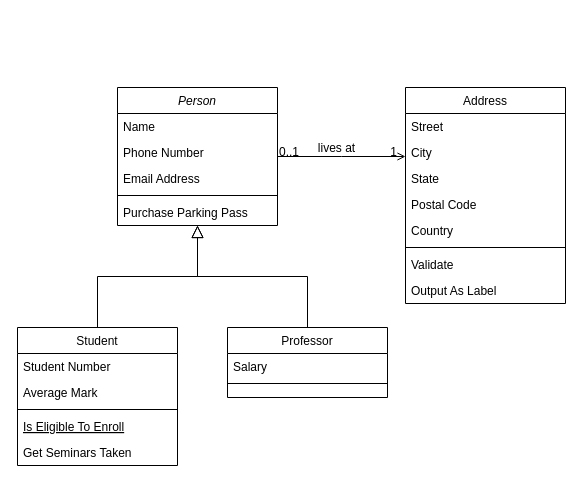
The draw.io diagram Untitled Diagram.drawio in MohammadEssam0/database-related-things, before the edit. Source tidied: cells renumbered, new cells numbered last; positions are measured from the earlier drawing's top-left corner, leaving out a move shared by most shapes. Both pictures are drawn from the tidied source at 100%, with x=0, y=0 at pixel (17, 87).
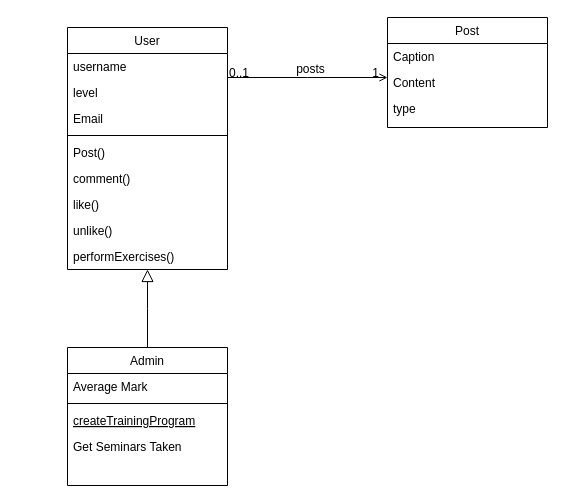
The same page after the edit.

The change refers to these unchanged cells:
```xml
<mxCell id="28" style="endArrow=open;shadow=0;strokeWidth=1;rounded=0;endFill=1;edgeStyle=elbowEdgeStyle;elbow=vertical;" parent="1" edge="1" source="2" target="19">
  <mxGeometry x="0.5" y="41" relative="1" as="geometry">
    <mxPoint x="-40" y="32" as="offset" />
  </mxGeometry>
</mxCell>
```

The edit, as a diff of the source:
```diff
@@
-    <mxCell id="2" value="Person" style="swimlane;fontStyle=2;align=center;verticalAlign=top;horizontal=1;startSize=26;rounded=0;shadow=0;strokeWidth=1;" parent="1" vertex="1">
-      <mxGeometry x="100" width="160" height="138" as="geometry" />
+    <mxCell id="2" value="User" style="swimlane;fontStyle=0;align=center;verticalAlign=top;horizontal=1;startSize=26;rounded=0;shadow=0;strokeWidth=1;" parent="1" vertex="1">
+      <mxGeometry x="50" y="-60" width="160" height="242" as="geometry" />
     </mxCell>
-    <mxCell id="3" value="Name" style="text;align=left;verticalAlign=top;spacingLeft=4;spacingRight=4;overflow=hidden;" parent="2" vertex="1">
+    <mxCell id="3" value="username" style="text;align=left;verticalAlign=top;spacingLeft=4;spacingRight=4;overflow=hidden;" parent="2" vertex="1">
       <mxGeometry y="26" width="160" height="26" as="geometry" />
     </mxCell>
-    <mxCell id="4" value="Phone Number" style="text;align=left;verticalAlign=top;spacingLeft=4;spacingRight=4;overflow=hidden;rounded=0;shadow=0;html=0;" parent="2" vertex="1">
+    <mxCell id="4" value="level" style="text;align=left;verticalAlign=top;spacingLeft=4;spacingRight=4;overflow=hidden;rounded=0;shadow=0;html=0;" parent="2" vertex="1">
       <mxGeometry y="52" width="160" height="26" as="geometry" />
     </mxCell>
-    <mxCell id="5" value="Email Address" style="text;align=left;verticalAlign=top;spacingLeft=4;spacingRight=4;overflow=hidden;rounded=0;shadow=0;html=0;" parent="2" vertex="1">
+    <mxCell id="5" value="Email" style="text;align=left;verticalAlign=top;spacingLeft=4;spacingRight=4;overflow=hidden;rounded=0;shadow=0;html=0;" parent="2" vertex="1">
       <mxGeometry y="78" width="160" height="26" as="geometry" />
     </mxCell>
@@
-    <mxCell id="7" value="Purchase Parking Pass" style="text;align=left;verticalAlign=top;spacingLeft=4;spacingRight=4;overflow=hidden;" parent="2" vertex="1">
+    <mxCell id="7" value="Post()" style="text;align=left;verticalAlign=top;spacingLeft=4;spacingRight=4;overflow=hidden;" parent="2" vertex="1">
       <mxGeometry y="112" width="160" height="26" as="geometry" />
     </mxCell>
+    <mxCell id="32" value="comment()" style="text;align=left;verticalAlign=top;spacingLeft=4;spacingRight=4;overflow=hidden;" parent="2" vertex="1">
+      <mxGeometry y="138" width="160" height="26" as="geometry" />
+    </mxCell>
+    <mxCell id="33" value="like()" style="text;align=left;verticalAlign=top;spacingLeft=4;spacingRight=4;overflow=hidden;" parent="2" vertex="1">
+      <mxGeometry y="164" width="160" height="26" as="geometry" />
+    </mxCell>
+    <mxCell id="34" value="unlike()" style="text;align=left;verticalAlign=top;spacingLeft=4;spacingRight=4;overflow=hidden;" parent="2" vertex="1">
+      <mxGeometry y="190" width="160" height="26" as="geometry" />
+    </mxCell>
+    <mxCell id="35" value="performExercises()" style="text;align=left;verticalAlign=top;spacingLeft=4;spacingRight=4;overflow=hidden;" parent="2" vertex="1">
+      <mxGeometry y="216" width="160" height="26" as="geometry" />
+    </mxCell>
-    <mxCell id="8" value="Student" style="swimlane;fontStyle=0;align=center;verticalAlign=top;horizontal=1;startSize=26;rounded=0;shadow=0;strokeWidth=1;" parent="1" vertex="1">
-      <mxGeometry y="240" width="160" height="138" as="geometry" />
+    <mxCell id="8" value="Admin" style="swimlane;fontStyle=0;align=center;verticalAlign=top;horizontal=1;startSize=26;rounded=0;shadow=0;strokeWidth=1;" parent="1" vertex="1">
+      <mxGeometry x="50" y="260" width="160" height="138" as="geometry" />
     </mxCell>
-    <mxCell id="9" value="Student Number" style="text;align=left;verticalAlign=top;spacingLeft=4;spacingRight=4;overflow=hidden;" parent="8" vertex="1">
-      <mxGeometry y="26" width="160" height="26" as="geometry" />
-    </mxCell>
     <mxCell id="10" value="Average Mark" style="text;align=left;verticalAlign=top;spacingLeft=4;spacingRight=4;overflow=hidden;rounded=0;shadow=0;html=0;" parent="8" vertex="1">
-      <mxGeometry y="52" width="160" height="26" as="geometry" />
+      <mxGeometry y="26" width="160" height="26" as="geometry" />
     </mxCell>
     <mxCell id="11" style="line;html=1;strokeWidth=1;align=left;verticalAlign=middle;spacingTop=-1;spacingLeft=3;spacingRight=3;labelPosition=right;" parent="8" vertex="1">
-      <mxGeometry y="78" width="160" height="8" as="geometry" />
+      <mxGeometry y="52" width="160" height="8" as="geometry" />
     </mxCell>
-    <mxCell id="12" value="Is Eligible To Enroll" style="text;align=left;verticalAlign=top;spacingLeft=4;spacingRight=4;overflow=hidden;fontStyle=4;" parent="8" vertex="1">
-      <mxGeometry y="86" width="160" height="26" as="geometry" />
+    <mxCell id="12" value="createTrainingProgram" style="text;align=left;verticalAlign=top;spacingLeft=4;spacingRight=4;overflow=hidden;fontStyle=4;" parent="8" vertex="1">
+      <mxGeometry y="60" width="160" height="26" as="geometry" />
     </mxCell>
     <mxCell id="13" value="Get Seminars Taken" style="text;align=left;verticalAlign=top;spacingLeft=4;spacingRight=4;overflow=hidden;" parent="8" vertex="1">
-      <mxGeometry y="112" width="160" height="26" as="geometry" />
+      <mxGeometry y="86" width="160" height="26" as="geometry" />
     </mxCell>
@@
-    <mxCell id="15" value="Professor" style="swimlane;fontStyle=0;align=center;verticalAlign=top;horizontal=1;startSize=26;rounded=0;shadow=0;strokeWidth=1;" parent="1" vertex="1">
-      <mxGeometry x="210" y="240" width="160" height="70" as="geometry" />
-    </mxCell>
-    <mxCell id="16" value="Salary" style="text;align=left;verticalAlign=top;spacingLeft=4;spacingRight=4;overflow=hidden;" parent="15" vertex="1">
-      <mxGeometry y="26" width="160" height="26" as="geometry" />
-    </mxCell>
-    <mxCell id="17" style="line;html=1;strokeWidth=1;align=left;verticalAlign=middle;spacingTop=-1;spacingLeft=3;spacingRight=3;labelPosition=right;" parent="15" vertex="1">
-      <mxGeometry y="52" width="160" height="8" as="geometry" />
-    </mxCell>
-    <mxCell id="18" style="endArrow=block;endSize=10;endFill=0;shadow=0;strokeWidth=1;rounded=0;edgeStyle=elbowEdgeStyle;elbow=vertical;" parent="1" edge="1" source="15" target="2">
-      <mxGeometry relative="1" as="geometry" />
-    </mxCell>
-    <mxCell id="19" value="Address" style="swimlane;fontStyle=0;align=center;verticalAlign=top;horizontal=1;startSize=26;rounded=0;shadow=0;strokeWidth=1;" parent="1" vertex="1">
-      <mxGeometry x="388" width="160" height="216" as="geometry" />
+    <mxCell id="19" value="Post" style="swimlane;fontStyle=0;align=center;verticalAlign=top;horizontal=1;startSize=26;rounded=0;shadow=0;strokeWidth=1;" parent="1" vertex="1">
+      <mxGeometry x="370" y="-70" width="160" height="110" as="geometry" />
     </mxCell>
-    <mxCell id="20" value="Street" style="text;align=left;verticalAlign=top;spacingLeft=4;spacingRight=4;overflow=hidden;" parent="19" vertex="1">
-      <mxGeometry y="26" width="160" height="26" as="geometry" />
-    </mxCell>
-    <mxCell id="21" value="City" style="text;align=left;verticalAlign=top;spacingLeft=4;spacingRight=4;overflow=hidden;rounded=0;shadow=0;html=0;" parent="19" vertex="1">
-      <mxGeometry y="52" width="160" height="26" as="geometry" />
+    <mxCell id="21" value="Caption" style="text;align=left;verticalAlign=top;spacingLeft=4;spacingRight=4;overflow=hidden;rounded=0;shadow=0;html=0;" parent="19" vertex="1">
+      <mxGeometry y="26" width="160" height="26" as="geometry" />
     </mxCell>
+    <mxCell id="36" value="Content" style="text;align=left;verticalAlign=top;spacingLeft=4;spacingRight=4;overflow=hidden;rounded=0;shadow=0;html=0;" parent="19" vertex="1">
+      <mxGeometry y="52" width="160" height="26" as="geometry" />
+    </mxCell>
-    <mxCell id="22" value="State" style="text;align=left;verticalAlign=top;spacingLeft=4;spacingRight=4;overflow=hidden;rounded=0;shadow=0;html=0;" parent="19" vertex="1">
+    <mxCell id="22" value="type" style="text;align=left;verticalAlign=top;spacingLeft=4;spacingRight=4;overflow=hidden;rounded=0;shadow=0;html=0;" parent="19" vertex="1">
       <mxGeometry y="78" width="160" height="26" as="geometry" />
     </mxCell>
-    <mxCell id="23" value="Postal Code" style="text;align=left;verticalAlign=top;spacingLeft=4;spacingRight=4;overflow=hidden;rounded=0;shadow=0;html=0;" parent="19" vertex="1">
-      <mxGeometry y="104" width="160" height="26" as="geometry" />
-    </mxCell>
-    <mxCell id="24" value="Country" style="text;align=left;verticalAlign=top;spacingLeft=4;spacingRight=4;overflow=hidden;rounded=0;shadow=0;html=0;" parent="19" vertex="1">
-      <mxGeometry y="130" width="160" height="26" as="geometry" />
-    </mxCell>
-    <mxCell id="25" style="line;html=1;strokeWidth=1;align=left;verticalAlign=middle;spacingTop=-1;spacingLeft=3;spacingRight=3;labelPosition=right;" parent="19" vertex="1">
-      <mxGeometry y="156" width="160" height="8" as="geometry" />
-    </mxCell>
-    <mxCell id="26" value="Validate" style="text;align=left;verticalAlign=top;spacingLeft=4;spacingRight=4;overflow=hidden;" parent="19" vertex="1">
-      <mxGeometry y="164" width="160" height="26" as="geometry" />
-    </mxCell>
-    <mxCell id="27" value="Output As Label" style="text;align=left;verticalAlign=top;spacingLeft=4;spacingRight=4;overflow=hidden;" parent="19" vertex="1">
-      <mxGeometry y="190" width="160" height="26" as="geometry" />
-    </mxCell>
@@
-    <mxCell id="31" value="lives at" style="text;html=1;align=center;verticalAlign=middle;labelBackgroundColor=none;rounded=0;shadow=0;strokeWidth=1;fontSize=12;" parent="28" vertex="1">
+    <mxCell id="31" value="posts" style="text;html=1;align=center;verticalAlign=middle;labelBackgroundColor=none;rounded=0;shadow=0;strokeWidth=1;fontSize=12;" parent="28" vertex="1">
       <mxGeometry x="0.5" y="49" relative="1" as="geometry">
         <mxPoint x="-38" y="40" as="offset" />
       </mxGeometry>
     </mxCell>
```
